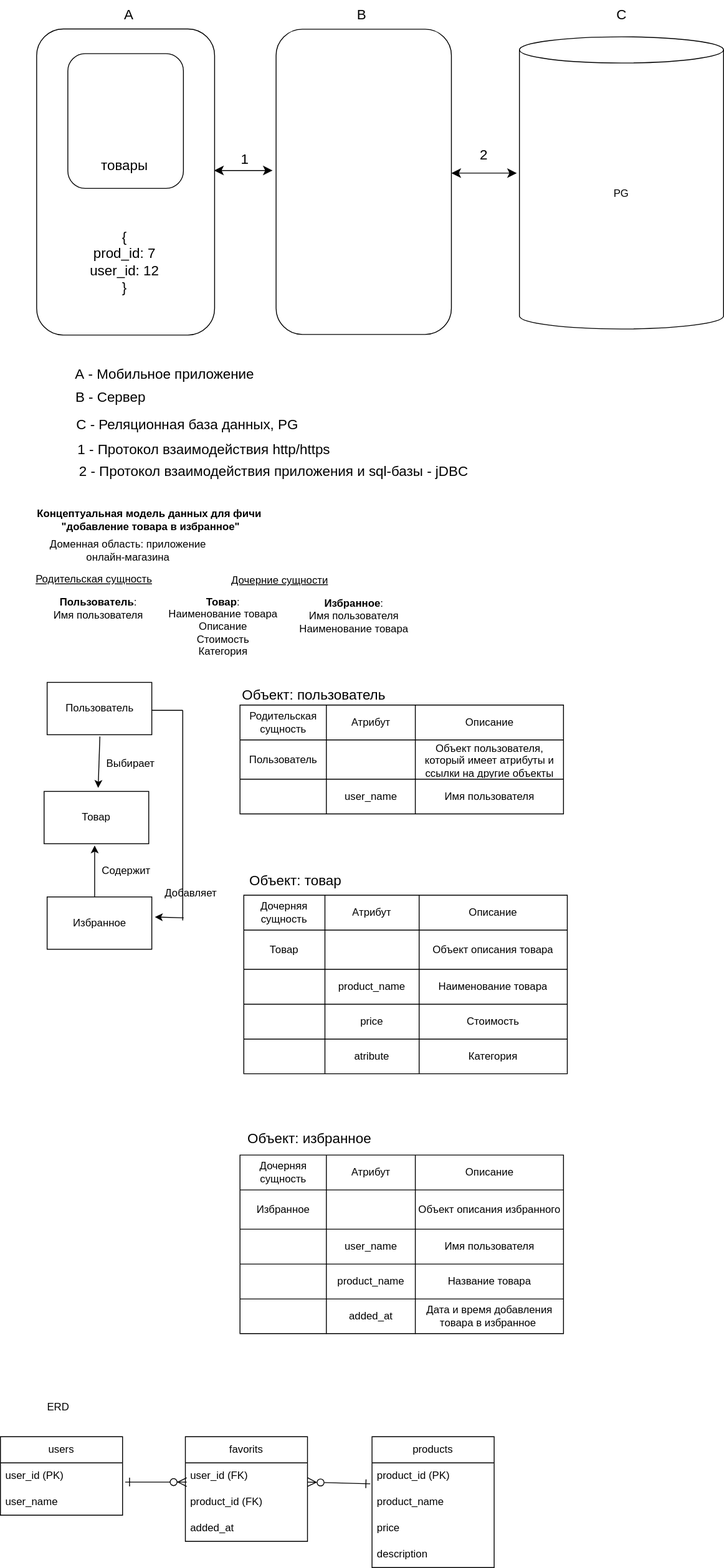
Before: Pasynkova_Olga/Functional_Requirement.drawio.svg, a diagram exported from draw.io (abdullahproff/BSA21_1). Source tidied: cells renumbered, new cells last; positions are measured from the earlier drawing's top-left corner, leaving out a move shared by most shapes.
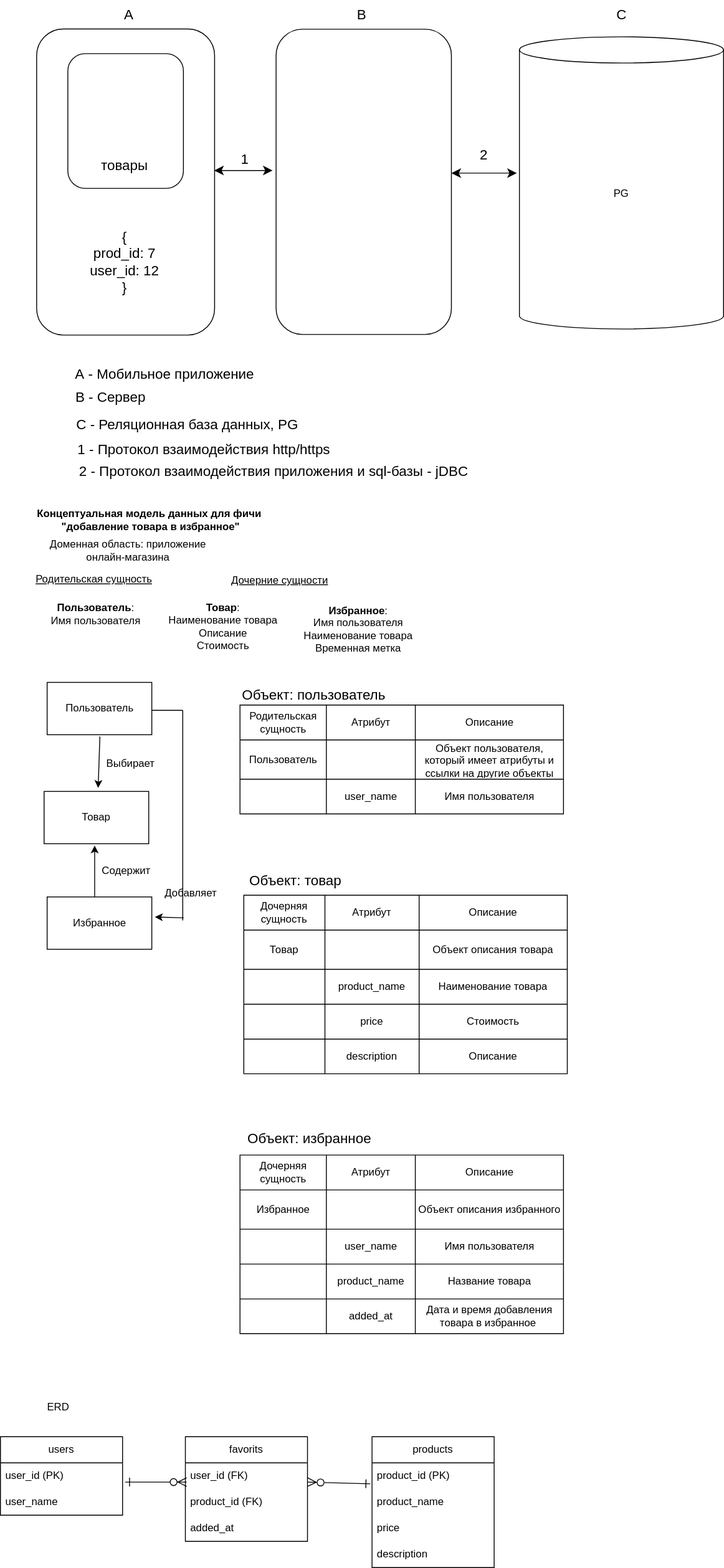
After the commit.

Diff of the diagram source:
```diff
@@ -69,13 +69,13 @@
       <mxGeometry x="64" y="576" width="279" height="40" as="geometry" />
     </mxCell>
     <mxCell id="22" value="&lt;b&gt;Пользователь&lt;/b&gt;:&lt;div&gt;Имя пользователя&lt;/div&gt;" style="text;html=1;align=center;verticalAlign=middle;strokeColor=none;fillColor=none;" parent="1" vertex="1">
-      <mxGeometry x="82" y="677" width="123" height="40" as="geometry" />
+      <mxGeometry x="79" y="684" width="123" height="40" as="geometry" />
     </mxCell>
-    <mxCell id="23" value="&lt;b&gt;Товар&lt;/b&gt;:&lt;div&gt;Наименование товара&lt;br&gt;&lt;div&gt;Описание&lt;/div&gt;&lt;div&gt;Стоимость&lt;/div&gt;&lt;div&gt;Категория&lt;/div&gt;&lt;/div&gt;" style="text;html=1;align=center;verticalAlign=middle;strokeColor=none;fillColor=none;" parent="1" vertex="1">
-      <mxGeometry x="214.5" y="677" width="145" height="82" as="geometry" />
+    <mxCell id="23" value="&lt;b&gt;Товар&lt;/b&gt;:&lt;div&gt;Наименование товара&lt;br&gt;&lt;div&gt;Описание&lt;/div&gt;&lt;div&gt;Стоимость&lt;/div&gt;&lt;/div&gt;" style="text;html=1;align=center;verticalAlign=middle;strokeColor=none;fillColor=none;" parent="1" vertex="1">
+      <mxGeometry x="214.5" y="684" width="145" height="68" as="geometry" />
     </mxCell>
-    <mxCell id="24" value="&lt;div&gt;&lt;b&gt;Избранное&lt;/b&gt;:&lt;/div&gt;&lt;div&gt;Имя пользователя&lt;/div&gt;&lt;div&gt;Наименование товара&lt;/div&gt;" style="text;html=1;align=center;verticalAlign=middle;strokeColor=none;fillColor=none;" parent="1" vertex="1">
-      <mxGeometry x="364" y="679" width="145" height="54" as="geometry" />
+    <mxCell id="24" value="&lt;div&gt;&lt;b&gt;Избранное&lt;/b&gt;:&lt;/div&gt;&lt;div&gt;Имя пользователя&lt;/div&gt;&lt;div&gt;Наименование товара&lt;/div&gt;&lt;div&gt;Временная метка&lt;/div&gt;" style="text;html=1;align=center;verticalAlign=middle;strokeColor=none;fillColor=none;" parent="1" vertex="1">
+      <mxGeometry x="369" y="687" width="145" height="68" as="geometry" />
     </mxCell>
     <mxCell id="25" value="Пользователь" style="rounded=0;whiteSpace=wrap;html=1;" parent="1" vertex="1">
       <mxGeometry x="85.5" y="782" width="120" height="60" as="geometry" />
@@ -230,10 +230,10 @@
     <mxCell id="70" style="shape=partialRectangle;html=1;whiteSpace=wrap;strokeColor=inherit;overflow=hidden;fillColor=none;top=0;left=0;bottom=0;right=0;" parent="69" vertex="1">
       <mxGeometry width="93" height="40" as="geometry" />
     </mxCell>
-    <mxCell id="71" value="atribute" style="shape=partialRectangle;html=1;whiteSpace=wrap;strokeColor=inherit;overflow=hidden;fillColor=none;top=0;left=0;bottom=0;right=0;" parent="69" vertex="1">
+    <mxCell id="71" value="description" style="shape=partialRectangle;html=1;whiteSpace=wrap;strokeColor=inherit;overflow=hidden;fillColor=none;top=0;left=0;bottom=0;right=0;" parent="69" vertex="1">
       <mxGeometry x="93" width="108" height="40" as="geometry" />
     </mxCell>
-    <mxCell id="72" value="Категория" style="shape=partialRectangle;html=1;whiteSpace=wrap;strokeColor=inherit;overflow=hidden;fillColor=none;top=0;left=0;bottom=0;right=0;" parent="69" vertex="1">
+    <mxCell id="72" value="Описание" style="shape=partialRectangle;html=1;whiteSpace=wrap;strokeColor=inherit;overflow=hidden;fillColor=none;top=0;left=0;bottom=0;right=0;" parent="69" vertex="1">
       <mxGeometry x="201" width="170" height="40" as="geometry" />
     </mxCell>
     <mxCell id="73" value="Объект: товар" style="text;html=1;align=center;verticalAlign=middle;strokeColor=none;fillColor=none;fontSize=16;" parent="1" vertex="1">
```
